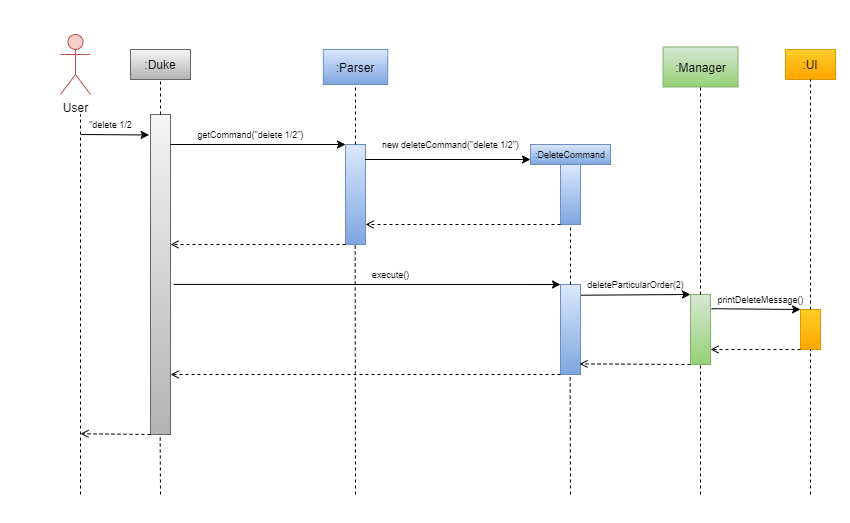
The draw.io diagram UMLdiagrams/ArchitectureDiagrams/DeleteSeq.png in thaddyyz/tp, before a commit. Source tidied: cells renumbered, new cells last; positions are measured from the earlier drawing's top-left corner, leaving out a move shared by most shapes.
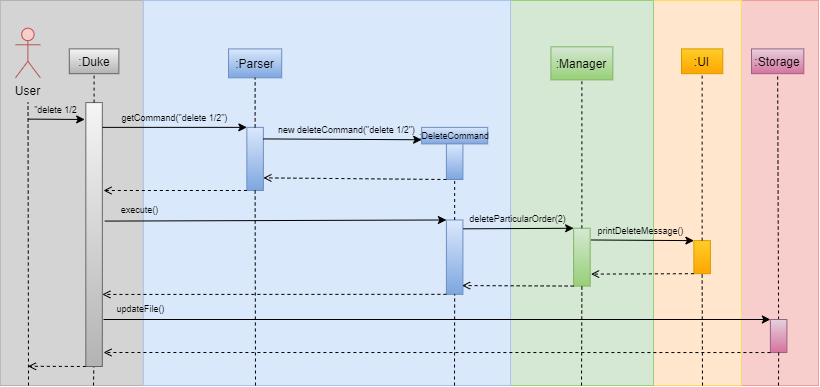
Later version of the same file.

Diff of the diagram source:
```diff
@@ -2,158 +2,192 @@
   <root>
     <mxCell id="0" />
     <mxCell id="1" parent="0" />
+    <mxCell id="43" style="rounded=0;whiteSpace=wrap;html=1;labelBackgroundColor=none;fontSize=9;strokeColor=#F19C99;fillColor=#f8cecc;" parent="1" vertex="1">
+      <mxGeometry x="710" y="-46" width="77" height="385" as="geometry" />
+    </mxCell>
+    <mxCell id="44" style="rounded=0;whiteSpace=wrap;html=1;labelBackgroundColor=none;fontSize=9;strokeColor=#FFD966;fillColor=#ffe6cc;" parent="1" vertex="1">
+      <mxGeometry x="622" y="-46" width="88" height="385" as="geometry" />
+    </mxCell>
+    <mxCell id="45" style="rounded=0;whiteSpace=wrap;html=1;labelBackgroundColor=none;fontSize=9;strokeColor=#97D077;fillColor=#d5e8d4;" parent="1" vertex="1">
+      <mxGeometry x="479" y="-46" width="143" height="385" as="geometry" />
+    </mxCell>
+    <mxCell id="46" style="rounded=0;whiteSpace=wrap;html=1;labelBackgroundColor=none;fontSize=9;strokeColor=#B3B3B3;fillColor=#D4D4D4;" parent="1" vertex="1">
+      <mxGeometry x="-31.1" y="-46" width="143" height="385" as="geometry" />
+    </mxCell>
+    <mxCell id="47" style="rounded=0;whiteSpace=wrap;html=1;labelBackgroundColor=none;fontSize=9;strokeColor=#A9C4EB;fillColor=#dae8fc;" parent="1" vertex="1">
+      <mxGeometry x="111.9" y="-46" width="367.1" height="385" as="geometry" />
+    </mxCell>
+    <mxCell id="35" value=":UI" style="rounded=0;whiteSpace=wrap;html=1;fontSize=12;fillColor=#ffcd28;gradientColor=#ffa500;strokeColor=#d79b00;" parent="1" vertex="1">
+      <mxGeometry x="650" y="2.4" width="41.3" height="24.8" as="geometry" />
+    </mxCell>
+    <mxCell id="36" style="rounded=0;whiteSpace=wrap;html=1;fillColor=#ffcd28;strokeColor=#d79b00;gradientColor=#ffa500;" parent="1" vertex="1">
+      <mxGeometry x="662.4" y="194.1" width="16.5" height="33" as="geometry" />
+    </mxCell>
+    <mxCell id="37" style="endArrow=none;dashed=1;html=1;rounded=0;fontSize=9;fontColor=#000000;exitX=0.5;exitY=0;exitDx=0;exitDy=0;entryX=0.5;entryY=1;entryDx=0;entryDy=0;" parent="1" edge="1" source="36" target="35">
+      <mxGeometry relative="1" as="geometry" />
+    </mxCell>
+    <mxCell id="42" style="endArrow=none;dashed=1;html=1;rounded=0;fontSize=9;fontColor=#000000;entryX=0.5;entryY=1;entryDx=0;entryDy=0;" parent="1" edge="1" target="36">
+      <mxGeometry relative="1" as="geometry">
+        <mxPoint x="671" y="339" as="sourcePoint" />
+      </mxGeometry>
+    </mxCell>
+    <mxCell id="38" style="endArrow=classic;html=1;rounded=0;fontSize=9;fontColor=#000000;exitX=1.05;exitY=0.203;exitDx=0;exitDy=0;exitPerimeter=0;entryX=0;entryY=0;entryDx=0;entryDy=0;" parent="1" edge="1" source="30" target="36">
+      <mxGeometry relative="1" as="geometry" />
+    </mxCell>
+    <mxCell id="48" value=":Storage" style="rounded=0;whiteSpace=wrap;html=1;fontSize=12;fillColor=#e6d0de;strokeColor=#996185;labelBackgroundColor=none;gradientColor=#d5739d;" parent="1" vertex="1">
+      <mxGeometry x="720" y="2.4" width="52.3" height="24.8" as="geometry" />
+    </mxCell>
+    <mxCell id="49" style="endArrow=none;dashed=1;html=1;rounded=0;entryX=0.5;entryY=1;entryDx=0;entryDy=0;" parent="1" edge="1" source="50" target="48">
+      <mxGeometry relative="1" as="geometry" />
+    </mxCell>
+    <mxCell id="50" style="rounded=0;whiteSpace=wrap;html=1;fillColor=#e6d0de;strokeColor=#996185;gradientColor=#d5739d;" parent="1" vertex="1">
+      <mxGeometry x="738.9" y="273" width="16.5" height="33" as="geometry" />
+    </mxCell>
+    <mxCell id="51" style="endArrow=none;dashed=1;html=1;rounded=0;fontSize=9;fontColor=#000000;entryX=0.5;entryY=1;entryDx=0;entryDy=0;" parent="1" edge="1" target="50">
+      <mxGeometry relative="1" as="geometry">
+        <mxPoint x="747" y="339" as="sourcePoint" />
+      </mxGeometry>
+    </mxCell>
+    <mxCell id="52" style="endArrow=classic;html=1;rounded=0;entryX=0;entryY=0;entryDx=0;entryDy=0;" parent="1" edge="1" target="50">
+      <mxGeometry relative="1" as="geometry">
+        <mxPoint x="72" y="273" as="sourcePoint" />
+      </mxGeometry>
+    </mxCell>
     <mxCell id="2" style="endArrow=none;dashed=1;html=1;rounded=0;" parent="1" edge="1">
-      <mxGeometry relative="1" as="geometry">
-        <mxPoint x="20" y="460" as="sourcePoint" />
-        <mxPoint x="20" y="80" as="targetPoint" />
+      <mxGeometry x="40" y="80" as="geometry">
+        <mxPoint x="-3" y="339" as="sourcePoint" />
+        <mxPoint x="-3.5" y="56.1" as="targetPoint" />
       </mxGeometry>
     </mxCell>
     <mxCell id="3" value="User&lt;br&gt;" style="shape=umlActor;verticalLabelPosition=bottom;verticalAlign=top;html=1;fillColor=#f8cecc;strokeColor=#b85450;" parent="1" vertex="1">
-      <mxGeometry width="30" height="60" as="geometry" />
+      <mxGeometry x="-16" y="-18.3" width="24.8" height="49.6" as="geometry" />
     </mxCell>
     <mxCell id="4" value=":Duke" style="whiteSpace=wrap;html=1;fillColor=#f5f5f5;gradientColor=#b3b3b3;strokeColor=#666666;" parent="1" vertex="1">
-      <mxGeometry x="70" y="15" width="60" height="30" as="geometry" />
+      <mxGeometry x="37.8" y="2.4" width="49.5" height="24.8" as="geometry" />
     </mxCell>
     <mxCell id="5" style="rounded=0;whiteSpace=wrap;html=1;fillColor=#f5f5f5;gradientColor=#b3b3b3;strokeColor=#666666;" parent="1" vertex="1">
-      <mxGeometry x="90" y="80" width="20" height="320" as="geometry" />
+      <mxGeometry x="54.3" y="56.1" width="16.5" height="263.9" as="geometry" />
     </mxCell>
     <mxCell id="6" style="endArrow=classic;html=1;rounded=0;fontColor=#FF0000;entryX=-0.07;entryY=0.064;entryDx=0;entryDy=0;entryPerimeter=0;" parent="1" edge="1" target="5">
-      <mxGeometry relative="1" as="geometry">
-        <mxPoint x="20.3" y="100" as="sourcePoint" />
+      <mxGeometry x="40" y="80" as="geometry">
+        <mxPoint x="-3.2" y="72.6" as="sourcePoint" />
       </mxGeometry>
     </mxCell>
     <mxCell id="7" style="endArrow=none;dashed=1;html=1;rounded=0;fontSize=10;fontColor=#000000;entryX=0.5;entryY=1;entryDx=0;entryDy=0;exitX=0.5;exitY=0;exitDx=0;exitDy=0;" parent="1" edge="1" source="5" target="4">
-      <mxGeometry relative="1" as="geometry" />
+      <mxGeometry x="40" y="80" as="geometry" />
     </mxCell>
     <mxCell id="8" style="endArrow=open;html=1;rounded=0;fontSize=9;fontColor=#000000;exitX=0;exitY=1;exitDx=0;exitDy=0;entryX=0.983;entryY=0.92;entryDx=0;entryDy=0;entryPerimeter=0;dashed=1;endFill=0;" parent="1" edge="1" source="5">
-      <mxGeometry relative="1" as="geometry">
-        <mxPoint x="20" y="399.2" as="targetPoint" />
+      <mxGeometry x="40" y="80" as="geometry">
+        <mxPoint x="-3.5" y="319.8" as="targetPoint" />
       </mxGeometry>
     </mxCell>
     <mxCell id="9" value="&quot;delete 1/2" style="text;html=1;align=center;verticalAlign=middle;strokeColor=none;fillColor=none;fontSize=9;fontColor=#000000;" parent="1" vertex="1">
-      <mxGeometry x="20" y="80" width="60" height="20" as="geometry" />
+      <mxGeometry x="-5.7" y="52.6" width="60" height="20" as="geometry" />
     </mxCell>
     <mxCell id="10" value=":Parser" style="rounded=0;whiteSpace=wrap;html=1;fontSize=12;fillColor=#dae8fc;gradientColor=#7ea6e0;strokeColor=#6c8ebf;" parent="1" vertex="1">
-      <mxGeometry x="262.8" y="15" width="64.4" height="35" as="geometry" />
+      <mxGeometry x="197" y="2.4" width="53.2" height="28.9" as="geometry" />
     </mxCell>
     <mxCell id="11" style="rounded=0;whiteSpace=wrap;html=1;fillColor=#dae8fc;strokeColor=#6c8ebf;gradientColor=#7ea6e0;" parent="1" vertex="1">
-      <mxGeometry x="285" y="110" width="20" height="100" as="geometry" />
+      <mxGeometry x="215.4" y="80.9" width="16.5" height="63.1" as="geometry" />
     </mxCell>
     <mxCell id="12" style="endArrow=none;dashed=1;html=1;rounded=0;fontSize=9;fontColor=#000000;entryX=0.5;entryY=1;entryDx=0;entryDy=0;exitX=0.5;exitY=0;exitDx=0;exitDy=0;" parent="1" edge="1" source="11" target="10">
-      <mxGeometry relative="1" as="geometry" />
+      <mxGeometry x="40" y="80" as="geometry" />
     </mxCell>
     <mxCell id="13" style="endArrow=classic;html=1;rounded=0;fontSize=9;fontColor=#000000;entryX=0;entryY=0;entryDx=0;entryDy=0;" parent="1" edge="1" target="11">
-      <mxGeometry relative="1" as="geometry">
-        <mxPoint x="110" y="110" as="sourcePoint" />
+      <mxGeometry x="40" y="80" as="geometry">
+        <mxPoint x="70.8" y="80.9" as="sourcePoint" />
       </mxGeometry>
     </mxCell>
     <mxCell id="14" style="endArrow=open;html=1;rounded=0;dashed=1;fontSize=9;fontColor=#000000;exitX=0;exitY=1;exitDx=0;exitDy=0;endFill=0;" parent="1" edge="1" source="11">
-      <mxGeometry relative="1" as="geometry">
-        <mxPoint x="110" y="210" as="targetPoint" />
+      <mxGeometry x="40" y="80" as="geometry">
+        <mxPoint x="72" y="144" as="targetPoint" />
       </mxGeometry>
     </mxCell>
     <mxCell id="15" value="getCommand(&quot;delete 1/2&quot;)" style="text;html=1;align=center;verticalAlign=middle;strokeColor=none;fillColor=none;fontSize=9;fontColor=#000000;" parent="1" vertex="1">
-      <mxGeometry x="130" y="90" width="120" height="20" as="geometry" />
+      <mxGeometry x="83" y="60.9" width="120" height="20" as="geometry" />
     </mxCell>
     <mxCell id="16" value=":DeleteCommand" style="rounded=0;whiteSpace=wrap;html=1;fontSize=9;fillColor=#dae8fc;gradientColor=#7ea6e0;strokeColor=#6c8ebf;" parent="1" vertex="1">
-      <mxGeometry x="470" y="110" width="80" height="20" as="geometry" />
+      <mxGeometry x="390.1" y="80.9" width="66.1" height="16.5" as="geometry" />
     </mxCell>
     <mxCell id="17" style="rounded=0;whiteSpace=wrap;html=1;fillColor=#dae8fc;strokeColor=#6c8ebf;gradientColor=#7ea6e0;" parent="1" vertex="1">
-      <mxGeometry x="500" y="130" width="20" height="60" as="geometry" />
+      <mxGeometry x="414.9" y="97.4" width="16.5" height="35.6" as="geometry" />
     </mxCell>
-    <mxCell id="18" style="endArrow=classic;html=1;rounded=0;fontSize=9;fontColor=#000000;entryX=0;entryY=0.75;entryDx=0;entryDy=0;exitX=0.976;exitY=0.15;exitDx=0;exitDy=0;exitPerimeter=0;" parent="1" edge="1" source="11" target="16">
-      <mxGeometry relative="1" as="geometry" />
+    <mxCell id="18" style="endArrow=classic;html=1;rounded=0;fontSize=9;fontColor=#000000;entryX=0;entryY=0.75;entryDx=0;entryDy=0;exitX=0.982;exitY=0.183;exitDx=0;exitDy=0;exitPerimeter=0;" parent="1" edge="1" source="11" target="16">
+      <mxGeometry x="40" y="80" as="geometry" />
     </mxCell>
     <mxCell id="19" value="new deleteCommand(&quot;delete 1/2&quot;)" style="text;html=1;align=center;verticalAlign=middle;strokeColor=none;fillColor=none;fontSize=9;fontColor=#000000;" parent="1" vertex="1">
-      <mxGeometry x="315" y="100" width="150" height="20" as="geometry" />
+      <mxGeometry x="240.1" y="72.6" width="150" height="20" as="geometry" />
     </mxCell>
     <mxCell id="20" style="endArrow=open;html=1;rounded=0;fontSize=9;fontColor=#000000;exitX=0;exitY=1;exitDx=0;exitDy=0;entryX=1;entryY=0.8;entryDx=0;entryDy=0;entryPerimeter=0;dashed=1;endFill=0;" parent="1" edge="1" source="17" target="11">
-      <mxGeometry relative="1" as="geometry" />
+      <mxGeometry x="40" y="80" as="geometry" />
     </mxCell>
     <mxCell id="21" style="rounded=0;whiteSpace=wrap;html=1;fillColor=#dae8fc;strokeColor=#6c8ebf;gradientColor=#7ea6e0;" parent="1" vertex="1">
-      <mxGeometry x="500" y="250" width="20" height="90" as="geometry" />
+      <mxGeometry x="414.9" y="173.5" width="16.5" height="74.3" as="geometry" />
     </mxCell>
     <mxCell id="22" style="endArrow=none;dashed=1;html=1;rounded=0;fontSize=9;fontColor=#000000;entryX=0.5;entryY=1;entryDx=0;entryDy=0;exitX=0.5;exitY=0;exitDx=0;exitDy=0;" parent="1" edge="1" source="21" target="17">
-      <mxGeometry relative="1" as="geometry" />
+      <mxGeometry x="40" y="80" as="geometry" />
     </mxCell>
-    <mxCell id="23" style="endArrow=none;dashed=1;html=1;rounded=0;fontSize=9;fontColor=#000000;entryX=0.5;entryY=1;entryDx=0;entryDy=0;" parent="1" edge="1">
-      <mxGeometry relative="1" as="geometry">
-        <mxPoint x="510" y="460" as="sourcePoint" />
-        <mxPoint x="509.7" y="340" as="targetPoint" />
+    <mxCell id="23" style="endArrow=none;dashed=1;html=1;rounded=0;fontSize=9;fontColor=#000000;entryX=0.5;entryY=1;entryDx=0;entryDy=0;" parent="1" edge="1" target="21">
+      <mxGeometry x="40" y="80" as="geometry">
+        <mxPoint x="423" y="339" as="sourcePoint" />
       </mxGeometry>
     </mxCell>
     <mxCell id="24" style="endArrow=none;dashed=1;html=1;rounded=0;fontSize=9;fontColor=#000000;entryX=0.5;entryY=1;entryDx=0;entryDy=0;" parent="1" edge="1">
-      <mxGeometry relative="1" as="geometry">
-        <mxPoint x="100" y="460" as="sourcePoint" />
-        <mxPoint x="99.7" y="400" as="targetPoint" />
+      <mxGeometry x="40" y="80" as="geometry">
+        <mxPoint x="62" y="339" as="sourcePoint" />
+        <mxPoint x="62.3" y="320.4" as="targetPoint" />
       </mxGeometry>
     </mxCell>
-    <mxCell id="25" style="endArrow=none;dashed=1;html=1;rounded=0;fontSize=9;fontColor=#000000;entryX=0.5;entryY=1;entryDx=0;entryDy=0;" parent="1" edge="1">
-      <mxGeometry relative="1" as="geometry">
-        <mxPoint x="295" y="460" as="sourcePoint" />
-        <mxPoint x="294.7" y="210" as="targetPoint" />
+    <mxCell id="25" style="endArrow=none;dashed=1;html=1;rounded=0;fontSize=9;fontColor=#000000;entryX=0.5;entryY=1;entryDx=0;entryDy=0;" parent="1" edge="1" target="11">
+      <mxGeometry x="40" y="80" as="geometry">
+        <mxPoint x="224" y="339" as="sourcePoint" />
       </mxGeometry>
     </mxCell>
-    <mxCell id="26" style="endArrow=classic;html=1;rounded=0;fontSize=9;fontColor=#000000;entryX=0;entryY=0;entryDx=0;entryDy=0;exitX=1.157;exitY=0.531;exitDx=0;exitDy=0;exitPerimeter=0;" parent="1" edge="1" source="5" target="21">
-      <mxGeometry relative="1" as="geometry" />
+    <mxCell id="26" style="endArrow=classic;html=1;rounded=0;fontSize=9;fontColor=#000000;entryX=0;entryY=0;entryDx=0;entryDy=0;exitX=1.148;exitY=0.449;exitDx=0;exitDy=0;exitPerimeter=0;" parent="1" edge="1" source="5" target="21">
+      <mxGeometry x="40" y="80" as="geometry" />
     </mxCell>
     <mxCell id="27" value="execute()" style="text;html=1;align=center;verticalAlign=middle;strokeColor=none;fillColor=none;fontSize=9;fontColor=#000000;" parent="1" vertex="1">
-      <mxGeometry x="305" y="230" width="50" height="20" as="geometry" />
+      <mxGeometry x="83" y="153.5" width="50" height="20" as="geometry" />
     </mxCell>
-    <mxCell id="28" style="endArrow=open;html=1;rounded=0;fontSize=9;fontColor=#000000;exitX=0;exitY=1;exitDx=0;exitDy=0;dashed=1;endFill=0;" parent="1" edge="1" source="21">
-      <mxGeometry relative="1" as="geometry">
-        <mxPoint x="110" y="340" as="targetPoint" />
-      </mxGeometry>
+    <mxCell id="28" style="endArrow=open;html=1;rounded=0;fontSize=9;fontColor=#000000;exitX=0;exitY=1;exitDx=0;exitDy=0;dashed=1;endFill=0;entryX=1;entryY=0.727;entryDx=0;entryDy=0;entryPerimeter=0;" parent="1" edge="1" source="21" target="5">
+      <mxGeometry x="40" y="80" as="geometry" />
     </mxCell>
     <mxCell id="29" value=":Manager" style="rounded=0;whiteSpace=wrap;html=1;fontSize=12;fillColor=#d5e8d4;gradientColor=#97d077;strokeColor=#82b366;" parent="1" vertex="1">
-      <mxGeometry x="602.5" y="12.5" width="75" height="40" as="geometry" />
+      <mxGeometry x="519.4" y="0.3" width="61.9" height="33" as="geometry" />
     </mxCell>
     <mxCell id="30" style="rounded=0;whiteSpace=wrap;html=1;fillColor=#d5e8d4;strokeColor=#82b366;gradientColor=#97d077;" parent="1" vertex="1">
-      <mxGeometry x="630" y="260" width="20" height="70" as="geometry" />
+      <mxGeometry x="542.1" y="181.7" width="16.5" height="57.8" as="geometry" />
     </mxCell>
     <mxCell id="31" style="endArrow=none;dashed=1;html=1;rounded=0;fontSize=9;fontColor=#000000;exitX=0.5;exitY=0;exitDx=0;exitDy=0;entryX=0.5;entryY=1;entryDx=0;entryDy=0;" parent="1" edge="1" source="30" target="29">
-      <mxGeometry relative="1" as="geometry" />
+      <mxGeometry x="40" y="80" as="geometry" />
     </mxCell>
     <mxCell id="32" style="endArrow=classic;html=1;rounded=0;fontSize=9;fontColor=#000000;entryX=0;entryY=0;entryDx=0;entryDy=0;exitX=1.021;exitY=0.119;exitDx=0;exitDy=0;exitPerimeter=0;" parent="1" edge="1" source="21" target="30">
-      <mxGeometry relative="1" as="geometry" />
+      <mxGeometry x="40" y="80" as="geometry" />
     </mxCell>
     <mxCell id="33" value="deleteParticularOrder(2)" style="text;html=1;align=center;verticalAlign=middle;strokeColor=none;fillColor=none;fontSize=9;fontColor=#000000;" parent="1" vertex="1">
-      <mxGeometry x="520" y="240" width="110" height="20" as="geometry" />
+      <mxGeometry x="431.4" y="161.7" width="110" height="20" as="geometry" />
     </mxCell>
     <mxCell id="34" style="endArrow=open;html=1;rounded=0;fontSize=9;fontColor=#000000;exitX=0;exitY=1;exitDx=0;exitDy=0;entryX=0.95;entryY=0.882;entryDx=0;entryDy=0;entryPerimeter=0;dashed=1;endFill=0;" parent="1" edge="1" source="30" target="21">
-      <mxGeometry relative="1" as="geometry" />
+      <mxGeometry x="40" y="80" as="geometry" />
     </mxCell>
-    <mxCell id="35" value=":UI" style="rounded=0;whiteSpace=wrap;html=1;fontSize=12;fillColor=#ffcd28;gradientColor=#ffa500;strokeColor=#d79b00;" parent="1" vertex="1">
-      <mxGeometry x="725" y="15" width="50" height="30" as="geometry" />
-    </mxCell>
-    <mxCell id="36" style="rounded=0;whiteSpace=wrap;html=1;fillColor=#ffcd28;strokeColor=#d79b00;gradientColor=#ffa500;" parent="1" vertex="1">
-      <mxGeometry x="740" y="275" width="20" height="40" as="geometry" />
-    </mxCell>
-    <mxCell id="37" style="endArrow=none;dashed=1;html=1;rounded=0;fontSize=9;fontColor=#000000;exitX=0.5;exitY=0;exitDx=0;exitDy=0;entryX=0.5;entryY=1;entryDx=0;entryDy=0;" parent="1" edge="1" source="36" target="35">
-      <mxGeometry relative="1" as="geometry" />
-    </mxCell>
-    <mxCell id="38" style="endArrow=classic;html=1;rounded=0;fontSize=9;fontColor=#000000;exitX=1.05;exitY=0.203;exitDx=0;exitDy=0;exitPerimeter=0;entryX=0;entryY=0;entryDx=0;entryDy=0;" parent="1" edge="1" source="30" target="36">
-      <mxGeometry relative="1" as="geometry" />
-    </mxCell>
     <mxCell id="39" value="printDeleteMessage()" style="text;html=1;align=center;verticalAlign=middle;strokeColor=none;fillColor=none;fontSize=9;fontColor=#000000;" parent="1" vertex="1">
-      <mxGeometry x="650" y="255" width="100" height="20" as="geometry" />
+      <mxGeometry x="558.6" y="174.1" width="100" height="20" as="geometry" />
     </mxCell>
     <mxCell id="40" style="endArrow=none;dashed=1;html=1;rounded=0;fontSize=9;fontColor=#000000;entryX=0.5;entryY=1;entryDx=0;entryDy=0;" parent="1" edge="1" target="30">
-      <mxGeometry relative="1" as="geometry">
-        <mxPoint x="640" y="460" as="sourcePoint" />
+      <mxGeometry x="40" y="80" as="geometry">
+        <mxPoint x="550" y="339" as="sourcePoint" />
       </mxGeometry>
     </mxCell>
-    <mxCell id="41" style="endArrow=open;html=1;rounded=0;fontSize=9;fontColor=#000000;dashed=1;endFill=0;" parent="1" edge="1">
-      <mxGeometry relative="1" as="geometry">
-        <mxPoint x="740" y="315" as="sourcePoint" />
-        <mxPoint x="650" y="315" as="targetPoint" />
-      </mxGeometry>
+    <mxCell id="41" style="endArrow=open;html=1;rounded=0;fontSize=9;fontColor=#000000;dashed=1;endFill=0;exitX=0;exitY=1;exitDx=0;exitDy=0;entryX=1.055;entryY=0.793;entryDx=0;entryDy=0;entryPerimeter=0;" parent="1" edge="1" source="36" target="30">
+      <mxGeometry x="40" y="80" as="geometry" />
     </mxCell>
-    <mxCell id="42" style="endArrow=none;dashed=1;html=1;rounded=0;fontSize=9;fontColor=#000000;entryX=0.5;entryY=1;entryDx=0;entryDy=0;" parent="1" edge="1">
-      <mxGeometry relative="1" as="geometry">
-        <mxPoint x="750" y="460" as="sourcePoint" />
-        <mxPoint x="750" y="315" as="targetPoint" />
-      </mxGeometry>
-    </mxCell>
+    <mxCell id="53" value="updateFile()" style="text;html=1;align=center;verticalAlign=middle;strokeColor=none;fillColor=none;fontSize=9;" parent="1" vertex="1">
+      <mxGeometry x="75.5" y="251" width="66" height="22" as="geometry" />
+    </mxCell>
+    <mxCell id="54" style="endArrow=open;html=1;rounded=0;fontSize=9;fontColor=#000000;exitX=0;exitY=1;exitDx=0;exitDy=0;dashed=1;endFill=0;" parent="1" edge="1" source="50">
+      <mxGeometry x="74.2" y="138.2" as="geometry">
+        <mxPoint x="72" y="306" as="targetPoint" />
+      </mxGeometry>
+    </mxCell>
   </root>
 </mxGraphModel>
```
